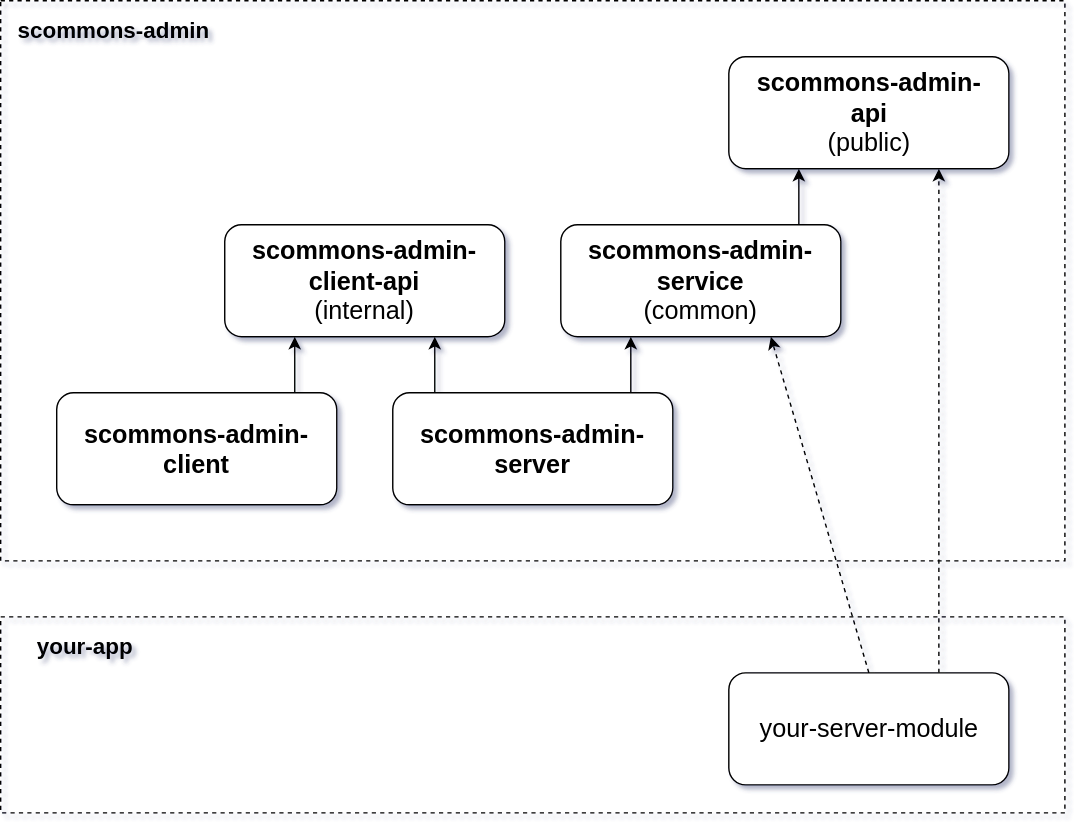
The draw.io diagram docs/drawio/overview.svg in scommons/scommons-admin, before a commit. Source tidied: cells renumbered, new cells last; positions are measured from the earlier drawing's top-left corner, leaving out a move shared by most shapes.
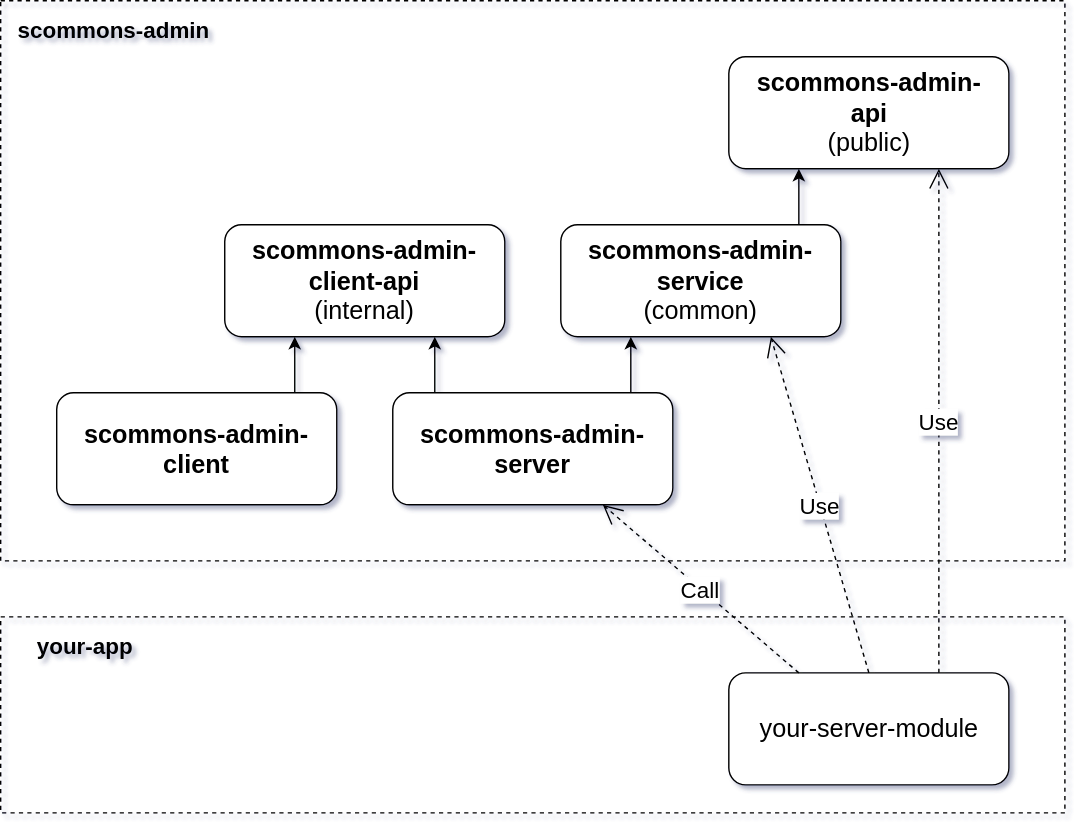
The same file after the commit.

The edit, as a diff of the source:
```diff
@@ -57,14 +57,17 @@
     <mxCell id="14" value="your-app" style="text;html=1;strokeColor=none;fillColor=none;align=center;verticalAlign=middle;whiteSpace=wrap;rounded=0;dashed=1;fontSize=16;fontStyle=1;" parent="1" vertex="1">
       <mxGeometry y="440" width="120" height="40" as="geometry" />
     </mxCell>
-    <mxCell id="15" style="edgeStyle=elbowEdgeStyle;rounded=0;html=1;exitX=0.75;exitY=0;entryX=0.75;entryY=1;dashed=1;startArrow=none;startFill=0;endArrow=classic;endFill=1;jettySize=auto;fontSize=16;" parent="1" edge="1" source="16" target="11">
-      <mxGeometry relative="1" as="geometry" />
-    </mxCell>
     <mxCell id="16" value="your-server-module" style="rounded=1;whiteSpace=wrap;html=1;fillColor=#FFFFFF;fontSize=18;fontStyle=0;" parent="1" vertex="1">
       <mxGeometry x="520" y="480" width="200" height="80" as="geometry" />
     </mxCell>
-    <mxCell id="17" style="endArrow=classic;html=1;fontSize=16;entryX=0.75;entryY=1;exitX=0.5;exitY=0;dashed=1;" parent="1" edge="1" source="16" target="4">
+    <mxCell id="17" value="Use" style="endArrow=open;endSize=12;dashed=1;html=1;fontSize=16;exitX=0.5;exitY=0;entryX=0.75;entryY=1;" parent="1" edge="1" source="16" target="4">
       <mxGeometry relative="1" as="geometry" />
     </mxCell>
+    <mxCell id="15" value="Use" style="endArrow=open;endSize=12;dashed=1;html=1;fontSize=16;exitX=0.75;exitY=0;entryX=0.75;entryY=1;" parent="1" edge="1" source="16" target="11">
+      <mxGeometry relative="1" as="geometry" />
+    </mxCell>
+    <mxCell id="18" value="Call" style="endArrow=open;endSize=12;dashed=1;html=1;fontSize=16;exitX=0.25;exitY=0;entryX=0.75;entryY=1;" parent="1" edge="1" source="16" target="7">
+      <mxGeometry relative="1" as="geometry" />
+    </mxCell>
   </root>
 </mxGraphModel>
```
